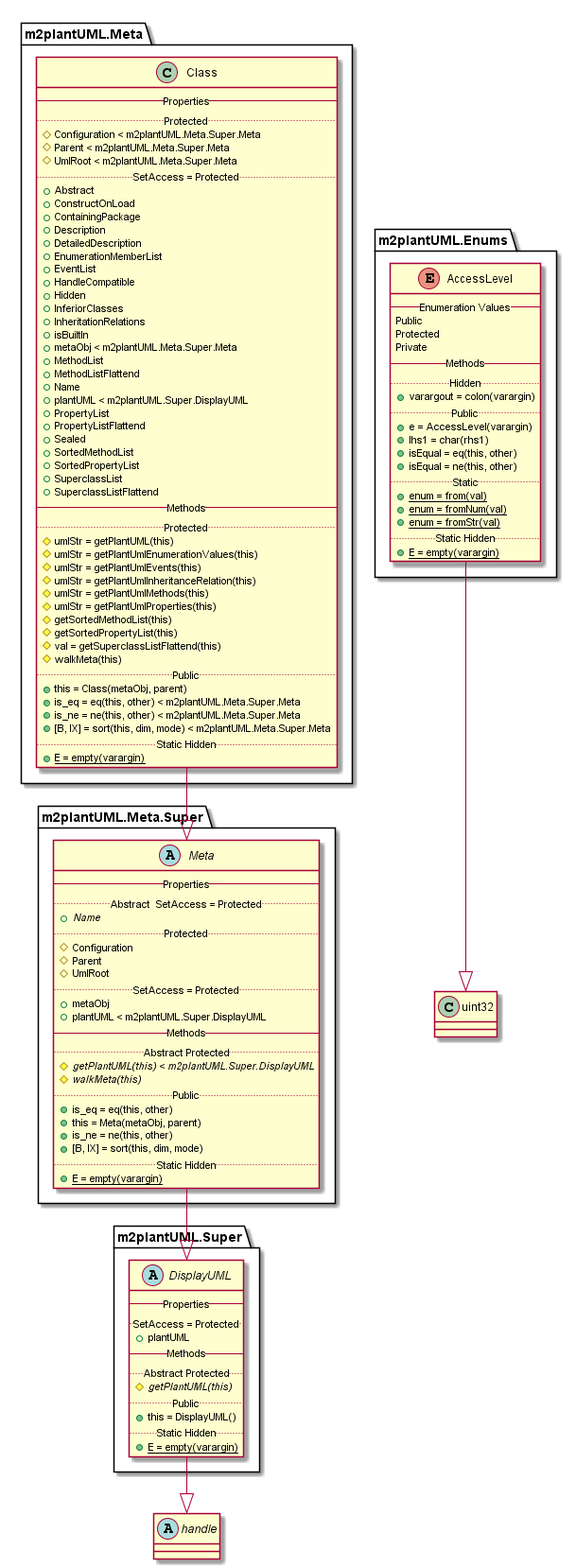
Before: doc/uml-examples/export-class-HideEvents-true.png, a diagram exported from PlantUML (flxdot/matdoc).
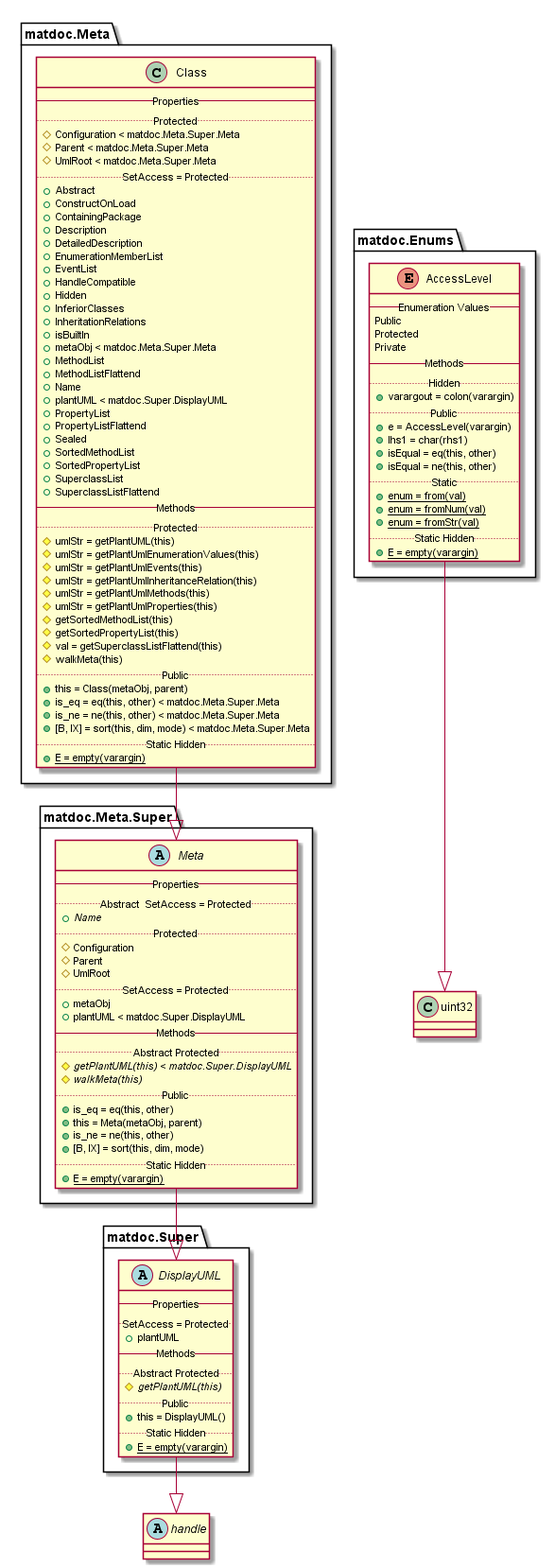
After the commit.

Diff of the diagram source:
```diff
@@ -4,7 +4,7 @@
 }
 
 
-enum m2plantUML.Enums.AccessLevel {
+enum matdoc.Enums.AccessLevel {
    -- Enumeration Values --
    Public
    Protected
@@ -25,14 +25,14 @@
    {method}{static} + E = empty(varargin)
 }
 
-m2plantUML.Enums.AccessLevel --|> uint32
+matdoc.Enums.AccessLevel --|> uint32
 
-class m2plantUML.Meta.Class {
+class matdoc.Meta.Class {
    -- Properties --
    .. Protected ..
-   {field} # Configuration < m2plantUML.Meta.Super.Meta
-   {field} # Parent < m2plantUML.Meta.Super.Meta
-   {field} # UmlRoot < m2plantUML.Meta.Super.Meta
+   {field} # Configuration < matdoc.Meta.Super.Meta
+   {field} # Parent < matdoc.Meta.Super.Meta
+   {field} # UmlRoot < matdoc.Meta.Super.Meta
    .. SetAccess = Protected ..
    {field} + Abstract
    {field} + ConstructOnLoad
@@ -46,11 +46,11 @@
    {field} + InferiorClasses
    {field} + InheritationRelations
    {field} + isBuiltIn
-   {field} + metaObj < m2plantUML.Meta.Super.Meta
+   {field} + metaObj < matdoc.Meta.Super.Meta
    {field} + MethodList
    {field} + MethodListFlattend
    {field} + Name
-   {field} + plantUML < m2plantUML.Super.DisplayUML
+   {field} + plantUML < matdoc.Super.DisplayUML
    {field} + PropertyList
    {field} + PropertyListFlattend
    {field} + Sealed
@@ -72,16 +72,16 @@
    {method} # walkMeta(this)
    .. Public ..
    {method} + this = Class(metaObj, parent)
-   {method} + is_eq = eq(this, other) < m2plantUML.Meta.Super.Meta
-   {method} + is_ne = ne(this, other) < m2plantUML.Meta.Super.Meta
-   {method} + [B, IX] = sort(this, dim, mode) < m2plantUML.Meta.Super.Meta
+   {method} + is_eq = eq(this, other) < matdoc.Meta.Super.Meta
+   {method} + is_ne = ne(this, other) < matdoc.Meta.Super.Meta
+   {method} + [B, IX] = sort(this, dim, mode) < matdoc.Meta.Super.Meta
    .. Static Hidden ..
    {method}{static} + E = empty(varargin)
 }
 
-m2plantUML.Meta.Class --|> m2plantUML.Meta.Super.Meta
+matdoc.Meta.Class --|> matdoc.Meta.Super.Meta
 
-abstract class m2plantUML.Meta.Super.Meta {
+abstract class matdoc.Meta.Super.Meta {
    -- Properties --
    .. Abstract  SetAccess = Protected ..
    {field}{abstract} + Name
@@ -91,10 +91,10 @@
    {field} # UmlRoot
    .. SetAccess = Protected ..
    {field} + metaObj
-   {field} + plantUML < m2plantUML.Super.DisplayUML
+   {field} + plantUML < matdoc.Super.DisplayUML
    -- Methods --
    .. Abstract Protected ..
-   {method}{abstract} # getPlantUML(this) < m2plantUML.Super.DisplayUML
+   {method}{abstract} # getPlantUML(this) < matdoc.Super.DisplayUML
    {method}{abstract} # walkMeta(this)
    .. Public ..
    {method} + is_eq = eq(this, other)
@@ -105,9 +105,9 @@
    {method}{static} + E = empty(varargin)
 }
 
-m2plantUML.Meta.Super.Meta --|> m2plantUML.Super.DisplayUML
+matdoc.Meta.Super.Meta --|> matdoc.Super.DisplayUML
 
-abstract class m2plantUML.Super.DisplayUML {
+abstract class matdoc.Super.DisplayUML {
    -- Properties --
    .. SetAccess = Protected ..
    {field} + plantUML
@@ -120,7 +120,7 @@
    {method}{static} + E = empty(varargin)
 }
 
-m2plantUML.Super.DisplayUML --|> handle
+matdoc.Super.DisplayUML --|> handle
 
 class uint32 {
 }
```
